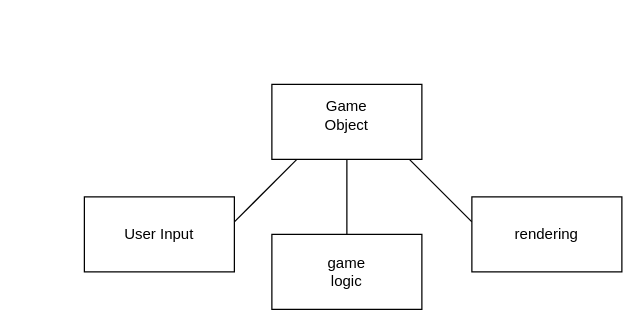
This is Multi-User-Collab.drawio from kristiandFrance/Characters-Enter-One-Leaves, a draw.io file, before an edit. Source tidied: cells renumbered, new cells numbered last; positions are measured from the earlier drawing's top-left corner, leaving out a move shared by most shapes. Both pictures are drawn from the tidied source at 125%, with x=0, y=0 at pixel (84, 84).
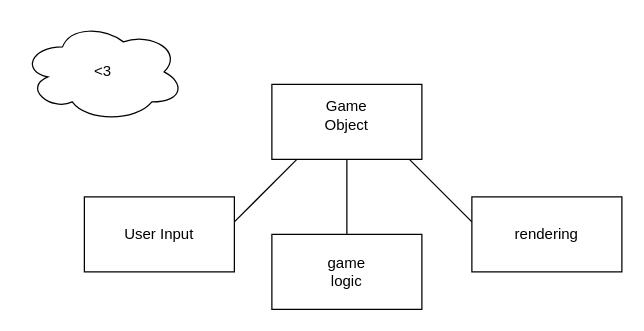
The same page after the edit.

Change to the diagram source:
```diff
@@
 <mxGraphModel>
   <root>
     <mxCell id="0" />
     <mxCell id="1" parent="0" />
     <mxCell id="2" style="rounded=0;whiteSpace=wrap;html=1;" parent="1" vertex="1">
       <mxGeometry x="150" width="120" height="60" as="geometry" />
     </mxCell>
     <mxCell id="3" value="Game Object" style="text;html=1;strokeColor=none;fillColor=none;align=center;verticalAlign=middle;whiteSpace=wrap;rounded=0;" parent="1" vertex="1">
       <mxGeometry x="180" y="10" width="60" height="30" as="geometry" />
     </mxCell>
     <mxCell id="4" style="endArrow=none;html=1;rounded=0;" parent="1" edge="1">
       <mxGeometry relative="1" as="geometry">
         <mxPoint x="120" y="110" as="sourcePoint" />
         <mxPoint x="170" y="60" as="targetPoint" />
       </mxGeometry>
     </mxCell>
     <mxCell id="5" style="endArrow=none;html=1;rounded=0;" parent="1" edge="1">
       <mxGeometry relative="1" as="geometry">
         <mxPoint x="210" y="120" as="sourcePoint" />
         <mxPoint x="210" y="60" as="targetPoint" />
       </mxGeometry>
     </mxCell>
     <mxCell id="6" style="endArrow=none;html=1;rounded=0;" parent="1" edge="1">
       <mxGeometry relative="1" as="geometry">
         <mxPoint x="310" y="110" as="sourcePoint" />
         <mxPoint x="260" y="60" as="targetPoint" />
       </mxGeometry>
     </mxCell>
     <mxCell id="7" style="rounded=0;whiteSpace=wrap;html=1;" parent="1" vertex="1">
       <mxGeometry y="90" width="120" height="60" as="geometry" />
     </mxCell>
     <mxCell id="8" style="rounded=0;whiteSpace=wrap;html=1;" parent="1" vertex="1">
       <mxGeometry x="310" y="90" width="120" height="60" as="geometry" />
     </mxCell>
     <mxCell id="9" style="rounded=0;whiteSpace=wrap;html=1;" parent="1" vertex="1">
       <mxGeometry x="150" y="120" width="120" height="60" as="geometry" />
     </mxCell>
     <mxCell id="10" value=" User Input" style="text;html=1;strokeColor=none;fillColor=none;align=center;verticalAlign=middle;whiteSpace=wrap;rounded=0;" parent="1" vertex="1">
       <mxGeometry x="30" y="105" width="60" height="30" as="geometry" />
     </mxCell>
     <mxCell id="11" value=" game logic" style="text;html=1;strokeColor=none;fillColor=none;align=center;verticalAlign=middle;whiteSpace=wrap;rounded=0;" parent="1" vertex="1">
       <mxGeometry x="180" y="135" width="60" height="30" as="geometry" />
     </mxCell>
     <mxCell id="12" value=" rendering" style="text;html=1;strokeColor=none;fillColor=none;align=center;verticalAlign=middle;whiteSpace=wrap;rounded=0;" parent="1" vertex="1">
       <mxGeometry x="340" y="105" width="60" height="30" as="geometry" />
     </mxCell>
+    <mxCell id="13" value="&amp;lt;3" style="ellipse;shape=cloud;whiteSpace=wrap;html=1;" parent="1" vertex="1">
+      <mxGeometry x="-50" y="-50" width="130" height="80" as="geometry" />
+    </mxCell>
   </root>
 </mxGraphModel>
```
